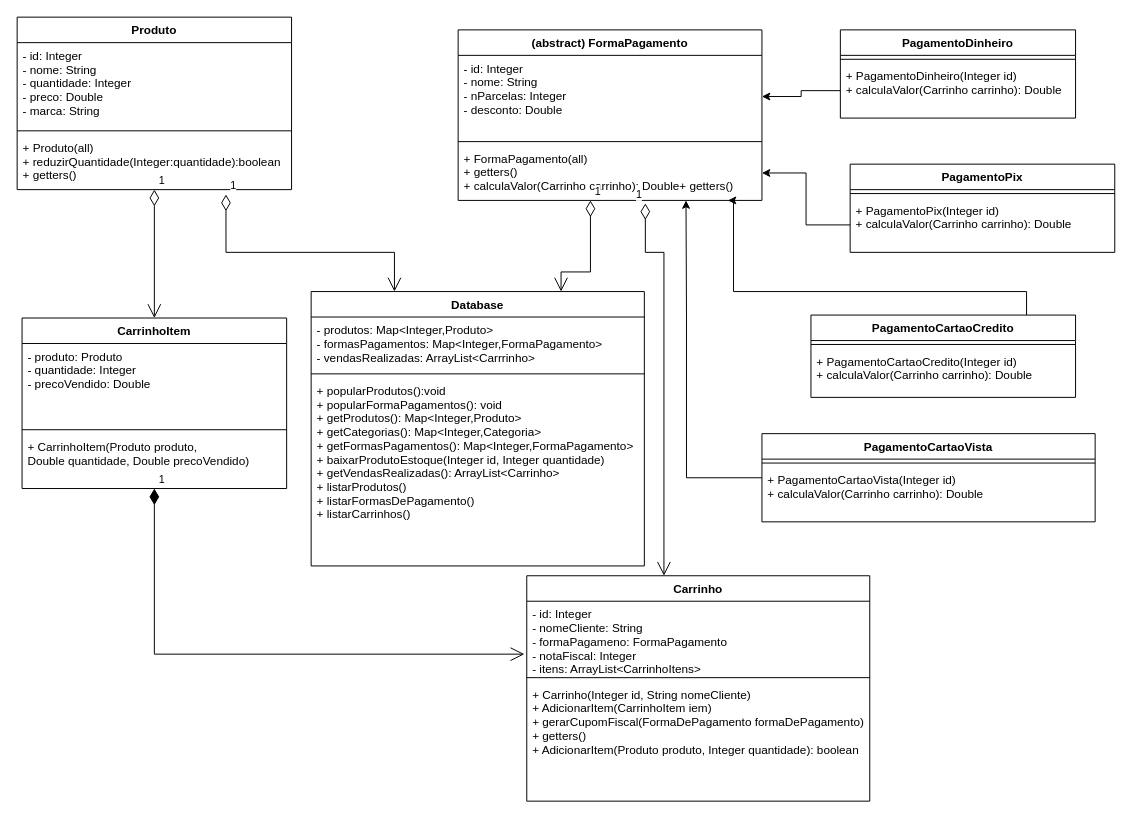
Above: Desafio1.drawio in jonaslucenafilho/PanStore (draw.io), before the change. Source tidied: cells renumbered, new cells numbered last; positions are measured from the earlier drawing's top-left corner, leaving out a move shared by most shapes. Both pictures are drawn from the tidied source at 98%, with x=0, y=0 at pixel (17, 17).
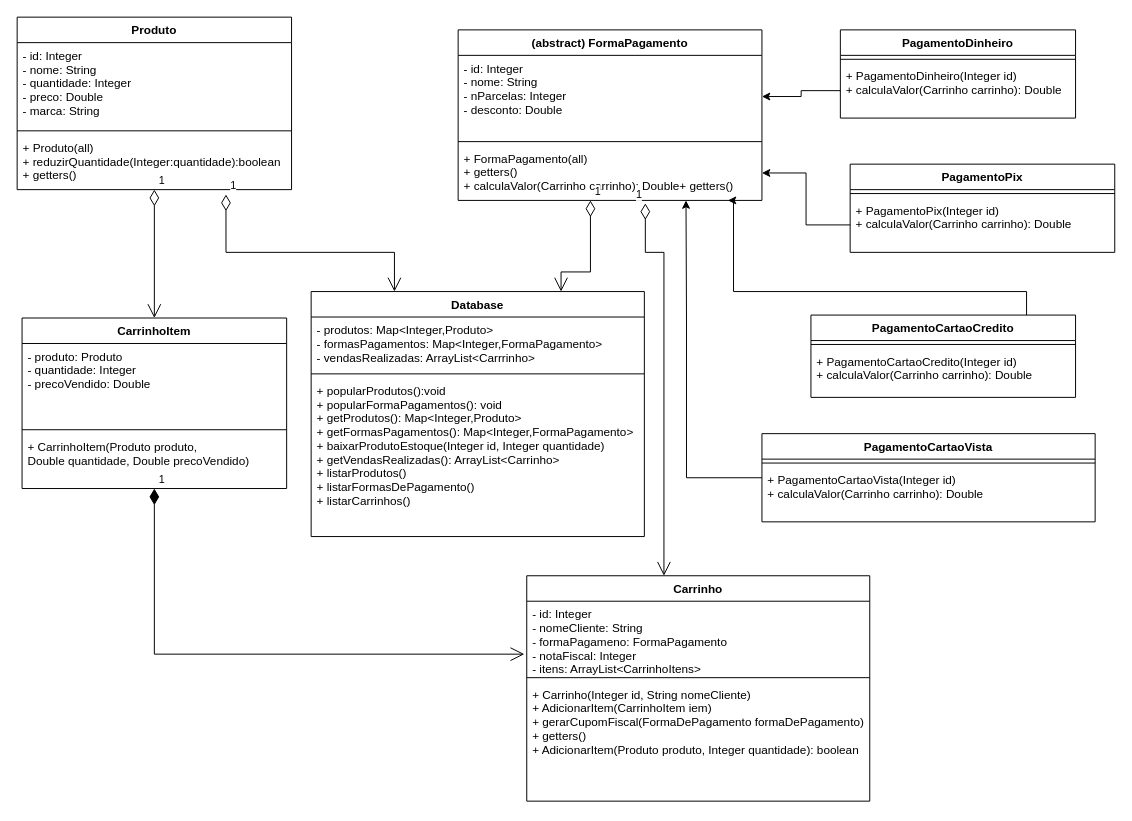
Above is the later version.

What changed in the source:
```diff
@@
     <mxCell id="6" value="Database" style="swimlane;fontStyle=1;align=center;verticalAlign=top;horizontal=1;startSize=26;" parent="1" vertex="1">
-      <mxGeometry x="300" y="280" width="340" height="280" as="geometry" />
+      <mxGeometry x="300" y="280" width="340" height="250" as="geometry" />
     </mxCell>
@@
-    <mxCell id="9" value="+ popularProdutos():void&#10;+ popularFormaPagamentos(): void&#10;+ getProdutos(): Map&lt;Integer,Produto&gt;&#10;+ getCategorias(): Map&lt;Integer,Categoria&gt;&#10;+ getFormasPagamentos(): Map&lt;Integer,FormaPagamento&gt;&#10;+ baixarProdutoEstoque(Integer id, Integer quantidade)&#10;+ getVendasRealizadas(): ArrayList&lt;Carrinho&gt;&#10;+ listarProdutos()&#10;+ listarFormasDePagamento()&#10;+ listarCarrinhos()&#10;" style="text;strokeColor=none;fillColor=none;align=left;verticalAlign=top;spacingLeft=4;spacingRight=4;overflow=hidden;" parent="6" vertex="1">
-      <mxGeometry y="88" width="340" height="192" as="geometry" />
+    <mxCell id="9" value="+ popularProdutos():void&#10;+ popularFormaPagamentos(): void&#10;+ getProdutos(): Map&lt;Integer,Produto&gt;&#10;+ getFormasPagamentos(): Map&lt;Integer,FormaPagamento&gt;&#10;+ baixarProdutoEstoque(Integer id, Integer quantidade)&#10;+ getVendasRealizadas(): ArrayList&lt;Carrinho&gt;&#10;+ listarProdutos()&#10;+ listarFormasDePagamento()&#10;+ listarCarrinhos()&#10;" style="text;strokeColor=none;fillColor=none;align=left;verticalAlign=top;spacingLeft=4;spacingRight=4;overflow=hidden;" parent="6" vertex="1">
+      <mxGeometry y="88" width="340" height="162" as="geometry" />
     </mxCell>
```
